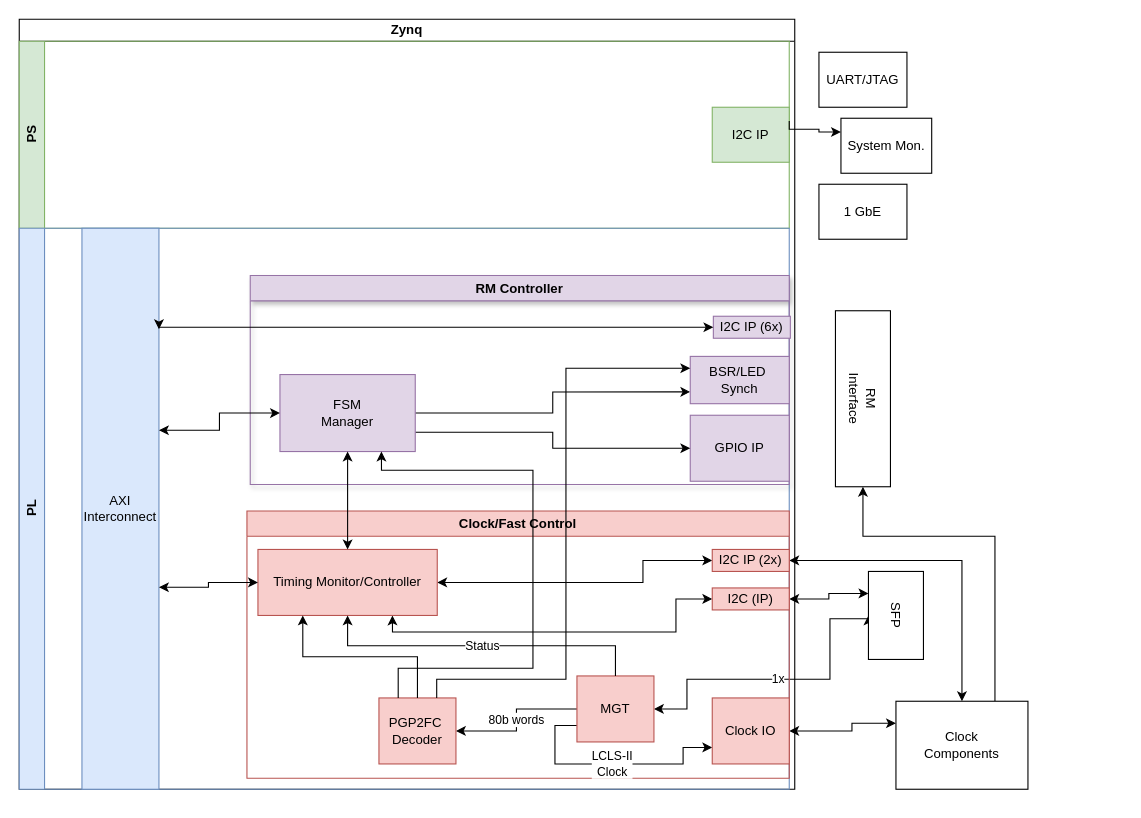
Before: zCCM_firmware.drawio in awhitbeck/drawio, a draw.io diagram. Source tidied: cells renumbered, new cells numbered last; positions are measured from the earlier drawing's top-left corner, leaving out a move shared by most shapes. Both pictures are drawn from the tidied source at 110%, with x=0, y=0 at pixel (19, 19).
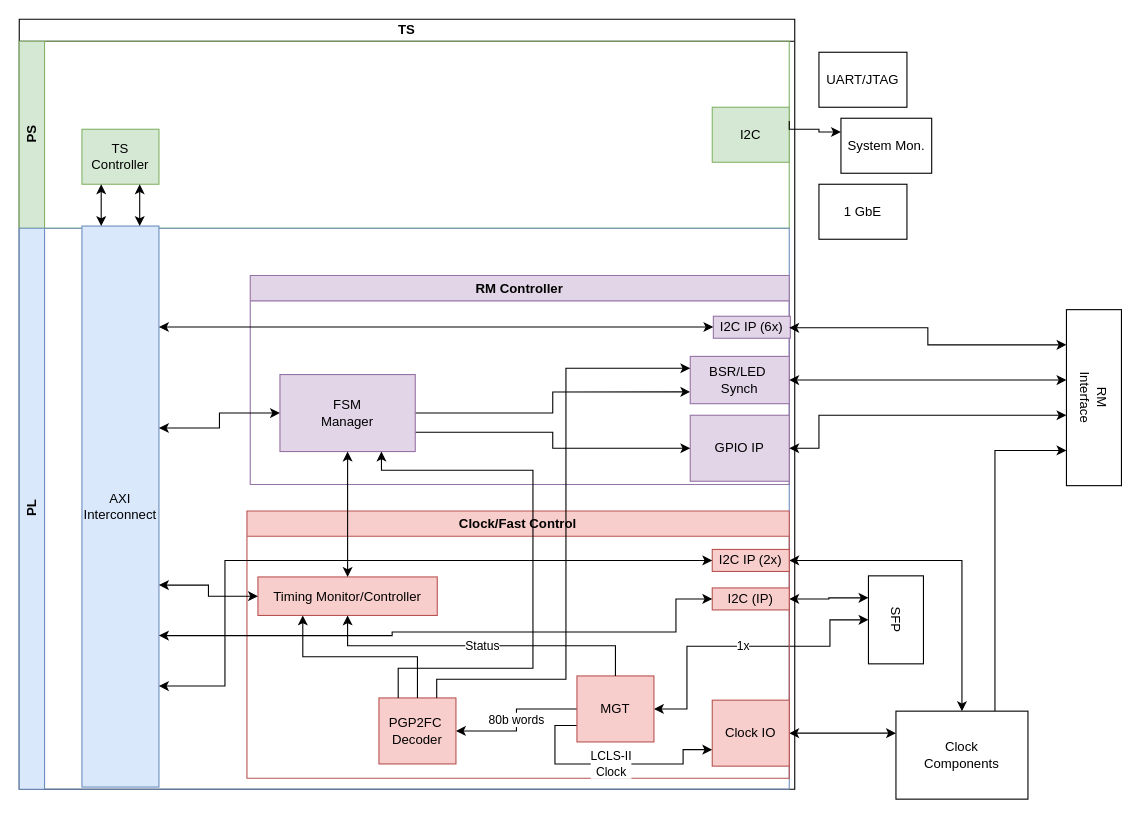
After the change.

Unchanged cells that the change refers to:
```xml
<mxCell id="3" value="PS" style="swimlane;horizontal=0;whiteSpace=wrap;html=1;startSize=23;fillColor=#d5e8d4;strokeColor=#82b366;" parent="2" vertex="1">
  <mxGeometry y="20" width="700" height="170" as="geometry" />
</mxCell>
<mxCell id="5" value="PL" style="swimlane;horizontal=0;whiteSpace=wrap;html=1;startSize=23;fillColor=#dae8fc;strokeColor=#6c8ebf;" parent="2" vertex="1">
  <mxGeometry y="190" width="700" height="510" as="geometry" />
</mxCell>
<mxCell id="8" value="I2C IP (6x)" style="rounded=0;whiteSpace=wrap;html=1;fillColor=#e1d5e7;strokeColor=#9673a6;" parent="7" vertex="1">
  <mxGeometry x="421" y="37" width="70" height="20" as="geometry" />
</mxCell>
<mxCell id="9" value="GPIO IP" style="rounded=0;whiteSpace=wrap;html=1;fillColor=#e1d5e7;strokeColor=#9673a6;" parent="7" vertex="1">
  <mxGeometry x="400" y="127" width="90" height="60" as="geometry" />
</mxCell>
<mxCell id="13" value="BSR/LED&amp;nbsp;&lt;br&gt;Synch" style="rounded=0;whiteSpace=wrap;html=1;fillColor=#e1d5e7;strokeColor=#9673a6;" parent="7" vertex="1">
  <mxGeometry x="400" y="73.5" width="90" height="43" as="geometry" />
</mxCell>
<mxCell id="27" value="Clock/Fast Control" style="swimlane;whiteSpace=wrap;html=1;fillColor=#f8cecc;strokeColor=#b85450;" parent="1" vertex="1">
  <mxGeometry x="207" y="447" width="493" height="243" as="geometry" />
</mxCell>
<mxCell id="33" value="MGT" style="rounded=0;whiteSpace=wrap;html=1;fillColor=#f8cecc;strokeColor=#b85450;" parent="27" vertex="1">
  <mxGeometry x="300" y="150" width="70" height="60" as="geometry" />
</mxCell>
<mxCell id="34" value="I2C (IP)" style="rounded=0;whiteSpace=wrap;html=1;fillColor=#f8cecc;strokeColor=#b85450;" parent="27" vertex="1">
  <mxGeometry x="423" y="70" width="70" height="20" as="geometry" />
</mxCell>
<mxCell id="37" value="I2C IP (2x)" style="rounded=0;whiteSpace=wrap;html=1;fillColor=#f8cecc;strokeColor=#b85450;" parent="27" vertex="1">
  <mxGeometry x="423" y="35" width="70" height="20" as="geometry" />
</mxCell>
```

What changed in the source:
```diff
@@
-    <mxCell id="2" value="Zynq" style="swimlane;whiteSpace=wrap;html=1;startSize=20;" parent="1" vertex="1">
+    <mxCell id="2" value="TS" style="swimlane;whiteSpace=wrap;html=1;startSize=20;" parent="1" vertex="1">
       <mxGeometry width="705" height="700" as="geometry" />
     </mxCell>
@@
-    <mxCell id="4" value="I2C IP" style="rounded=0;whiteSpace=wrap;html=1;fillColor=#d5e8d4;strokeColor=#82b366;" parent="3" vertex="1">
+    <mxCell id="4" value="I2C" style="rounded=0;whiteSpace=wrap;html=1;fillColor=#d5e8d4;strokeColor=#82b366;" parent="3" vertex="1">
       <mxGeometry x="630" y="60" width="70" height="50" as="geometry" />
     </mxCell>
+    <mxCell id="45" value="TS Controller" style="rounded=0;whiteSpace=wrap;html=1;fillColor=#d5e8d4;strokeColor=#82b366;" parent="3" vertex="1">
+      <mxGeometry x="57" y="80" width="70" height="50" as="geometry" />
+    </mxCell>
@@
     <mxCell id="6" value="AXI&lt;br&gt;Interconnect" style="rounded=0;whiteSpace=wrap;html=1;points=[[0,0,0,0,0],[0,0.25,0,0,0],[0,0.5,0,0,0],[0,0.75,0,0,0],[0,1,0,0,0],[0.25,0,0,0,0],[0.25,1,0,0,0],[0.5,0,0,0,0],[0.5,1,0,0,0],[0.75,0,0,0,0],[0.75,1,0,0,0],[1,0,0,0,0],[1,0.09,0,0,0],[1,0.18,0,0,0],[1,0.27,0,0,0],[1,0.36,0,0,0],[1,0.45,0,0,0],[1,0.55,0,0,0],[1,0.64,0,0,0],[1,0.73,0,0,0],[1,0.82,0,0,0],[1,0.91,0,0,0],[1,1,0,0,0]];fillColor=#dae8fc;strokeColor=#6c8ebf;" parent="5" vertex="1">
-      <mxGeometry x="57" width="70" height="510" as="geometry" />
+      <mxGeometry x="57" y="-2" width="70" height="510" as="geometry" />
     </mxCell>
-    <mxCell id="7" value="RM Controller" style="swimlane;whiteSpace=wrap;html=1;shadow=1;fillColor=#e1d5e7;strokeColor=#9673a6;" parent="5" vertex="1">
+    <mxCell id="7" value="RM Controller" style="swimlane;whiteSpace=wrap;html=1;shadow=0;fillColor=#e1d5e7;strokeColor=#9673a6;" parent="5" vertex="1">
       <mxGeometry x="210" y="43" width="490" height="190" as="geometry" />
     </mxCell>
@@
     <mxCell id="14" style="edgeStyle=orthogonalEdgeStyle;rounded=0;jettySize=auto;html=1;exitX=0;exitY=0.5;exitDx=0;exitDy=0;entryX=1;entryY=0.18;entryDx=0;entryDy=0;entryPerimeter=0;startArrow=classic;startFill=1;" parent="5" edge="1" source="8" target="6">
       <mxGeometry relative="1" as="geometry">
         <Array as="points">
-          <mxPoint x="631" y="90" />
           <mxPoint x="127" y="90" />
         </Array>
       </mxGeometry>
     </mxCell>
@@
+    <mxCell id="46" style="edgeStyle=orthogonalEdgeStyle;rounded=0;jettySize=auto;html=1;exitX=0.25;exitY=1;exitDx=0;exitDy=0;entryX=0.25;entryY=0;entryDx=0;entryDy=0;entryPerimeter=0;startArrow=classic;startFill=1;" parent="2" edge="1" source="45" target="6">
+      <mxGeometry relative="1" as="geometry" />
+    </mxCell>
+    <mxCell id="47" style="edgeStyle=orthogonalEdgeStyle;rounded=0;jettySize=auto;html=1;exitX=0.75;exitY=1;exitDx=0;exitDy=0;entryX=0.75;entryY=0;entryDx=0;entryDy=0;entryPerimeter=0;startArrow=classic;startFill=1;" parent="2" edge="1" source="45" target="6">
+      <mxGeometry relative="1" as="geometry" />
+    </mxCell>
+    <mxCell id="48" style="edgeStyle=orthogonalEdgeStyle;rounded=0;jettySize=auto;html=1;exitX=0.2;exitY=1;exitDx=0;exitDy=0;exitPerimeter=0;entryX=1;entryY=0.25;entryDx=0;entryDy=0;startArrow=classic;startFill=1;" parent="1" edge="1" source="16" target="7">
+      <mxGeometry relative="1" as="geometry" />
+    </mxCell>
-    <mxCell id="16" value="RM&lt;br&gt;Interface" style="rounded=0;whiteSpace=wrap;html=1;rotation=90;" parent="1" vertex="1">
-      <mxGeometry x="687" y="320" width="160" height="50" as="geometry" />
+    <mxCell id="16" value="RM&lt;br&gt;Interface" style="rounded=0;whiteSpace=wrap;html=1;rotation=90;points=[[0,0,0,0,0],[0,0.2,0,0,0],[0,0.25,0,0,0],[0,0.4,0,0,0],[0,0.5,0,0,0],[0,0.6,0,0,0],[0,0.75,0,0,0],[0,0.8,0,0,0],[0,1,0,0,0],[0.2,1,0,0,0],[0.25,0,0,0,0],[0.4,1,0,0,0],[0.5,0,0,0,0],[0.6,1,0,0,0],[0.75,0,0,0,0],[0.8,1,0,0,0],[1,0,0,0,0],[1,0.25,0,0,0],[1,0.5,0,0,0],[1,0.75,0,0,0],[1,1,0,0,0]];" parent="1" vertex="1">
+      <mxGeometry x="897" y="319" width="160" height="50" as="geometry" />
     </mxCell>
     <mxCell id="17" value="1x" style="edgeStyle=orthogonalEdgeStyle;rounded=0;jettySize=auto;html=1;exitX=0.5;exitY=1;exitDx=0;exitDy=0;entryX=1;entryY=0.5;entryDx=0;entryDy=0;startArrow=classic;startFill=1;" parent="1" edge="1" source="19" target="33">
       <mxGeometry relative="1" as="geometry">
         <Array as="points">
-          <mxPoint x="772" y="545" />
-          <mxPoint x="737" y="545" />
-          <mxPoint x="737" y="600" />
-          <mxPoint x="607" y="600" />
+          <mxPoint x="737" y="546" />
+          <mxPoint x="737" y="570" />
+          <mxPoint x="607" y="570" />
           <mxPoint x="607" y="627" />
         </Array>
       </mxGeometry>
     </mxCell>
@@
     <mxCell id="19" value="SFP" style="rounded=0;whiteSpace=wrap;html=1;rotation=90;" parent="1" vertex="1">
-      <mxGeometry x="757" y="517" width="80" height="50" as="geometry" />
+      <mxGeometry x="757" y="521" width="80" height="50" as="geometry" />
     </mxCell>
@@
     <mxCell id="22" style="edgeStyle=orthogonalEdgeStyle;rounded=0;jettySize=auto;html=1;exitX=0;exitY=0.25;exitDx=0;exitDy=0;entryX=1;entryY=0.5;entryDx=0;entryDy=0;startArrow=classic;startFill=1;" parent="1" edge="1" source="24" target="36">
       <mxGeometry relative="1" as="geometry">
         <Array as="points">
-          <mxPoint x="757" y="640" />
-          <mxPoint x="757" y="647" />
+          <mxPoint x="797" y="649" />
         </Array>
       </mxGeometry>
     </mxCell>
-    <mxCell id="23" style="edgeStyle=orthogonalEdgeStyle;rounded=0;jettySize=auto;html=1;exitX=0.75;exitY=0;exitDx=0;exitDy=0;entryX=1;entryY=0.5;entryDx=0;entryDy=0;" parent="1" edge="1" source="24" target="16">
+    <mxCell id="23" style="edgeStyle=orthogonalEdgeStyle;rounded=0;jettySize=auto;html=1;exitX=0.75;exitY=0;exitDx=0;exitDy=0;entryX=0.8;entryY=1;entryDx=0;entryDy=0;entryPerimeter=0;" parent="1" edge="1" source="24" target="16">
       <mxGeometry relative="1" as="geometry">
         <Array as="points">
-          <mxPoint x="887" y="470" />
-          <mxPoint x="767" y="470" />
+          <mxPoint x="887" y="392" />
         </Array>
       </mxGeometry>
     </mxCell>
     <mxCell id="24" value="Clock&lt;br&gt;Components" style="rounded=0;whiteSpace=wrap;html=1;rotation=0;" parent="1" vertex="1">
-      <mxGeometry x="797" y="620" width="120" height="80" as="geometry" />
+      <mxGeometry x="797" y="629" width="120" height="80" as="geometry" />
     </mxCell>
@@
-    <mxCell id="28" style="edgeStyle=orthogonalEdgeStyle;rounded=0;jettySize=auto;html=1;exitX=0.75;exitY=1;exitDx=0;exitDy=0;entryX=0;entryY=0.5;entryDx=0;entryDy=0;startArrow=classic;startFill=1;" parent="27" edge="1" source="30" target="34">
-      <mxGeometry relative="1" as="geometry">
-        <Array as="points">
-          <mxPoint x="132" y="110" />
-          <mxPoint x="390" y="110" />
-          <mxPoint x="390" y="80" />
-        </Array>
-      </mxGeometry>
-    </mxCell>
-    <mxCell id="29" style="edgeStyle=orthogonalEdgeStyle;rounded=0;jettySize=auto;html=1;exitX=1;exitY=0.5;exitDx=0;exitDy=0;entryX=0;entryY=0.5;entryDx=0;entryDy=0;startArrow=classic;startFill=1;" parent="27" edge="1" source="30" target="37">
-      <mxGeometry relative="1" as="geometry">
-        <Array as="points">
-          <mxPoint x="360" y="65" />
-          <mxPoint x="360" y="45" />
-        </Array>
-      </mxGeometry>
-    </mxCell>
     <mxCell id="30" value="Timing Monitor/Controller" style="rounded=0;whiteSpace=wrap;html=1;fillColor=#f8cecc;strokeColor=#b85450;" parent="27" vertex="1">
-      <mxGeometry x="10" y="35" width="163" height="60" as="geometry" />
+      <mxGeometry x="10" y="60" width="163" height="35" as="geometry" />
     </mxCell>
@@
     <mxCell id="36" value="Clock IO" style="rounded=0;whiteSpace=wrap;html=1;fillColor=#f8cecc;strokeColor=#b85450;" parent="27" vertex="1">
-      <mxGeometry x="423" y="170" width="70" height="60" as="geometry" />
+      <mxGeometry x="423" y="172" width="70" height="60" as="geometry" />
     </mxCell>
@@
+    <mxCell id="49" style="edgeStyle=orthogonalEdgeStyle;rounded=0;jettySize=auto;html=1;exitX=1;exitY=0.5;exitDx=0;exitDy=0;entryX=0.6;entryY=1;entryDx=0;entryDy=0;startArrow=classic;startFill=1;entryPerimeter=0;" parent="1" edge="1" source="9" target="16">
+      <mxGeometry relative="1" as="geometry">
+        <Array as="points">
+          <mxPoint x="727" y="390" />
+          <mxPoint x="727" y="360" />
+        </Array>
+      </mxGeometry>
+    </mxCell>
+    <mxCell id="50" style="edgeStyle=orthogonalEdgeStyle;rounded=0;jettySize=auto;html=1;exitX=1;exitY=0.5;exitDx=0;exitDy=0;entryX=0.4;entryY=1;entryDx=0;entryDy=0;startArrow=classic;startFill=1;entryPerimeter=0;" parent="1" edge="1" source="13" target="16">
+      <mxGeometry relative="1" as="geometry" />
+    </mxCell>
+    <mxCell id="28" style="edgeStyle=orthogonalEdgeStyle;rounded=0;jettySize=auto;html=1;exitX=1;exitY=0.73;exitDx=0;exitDy=0;entryX=0;entryY=0.5;entryDx=0;entryDy=0;startArrow=classic;startFill=1;exitPerimeter=0;" parent="1" edge="1" source="6" target="34">
+      <mxGeometry relative="1" as="geometry">
+        <Array as="points">
+          <mxPoint x="339" y="560" />
+          <mxPoint x="339" y="557" />
+          <mxPoint x="597" y="557" />
+          <mxPoint x="597" y="527" />
+        </Array>
+      </mxGeometry>
+    </mxCell>
+    <mxCell id="29" style="edgeStyle=orthogonalEdgeStyle;rounded=0;jettySize=auto;html=1;exitX=1;exitY=0.82;exitDx=0;exitDy=0;entryX=0;entryY=0.5;entryDx=0;entryDy=0;startArrow=classic;startFill=1;exitPerimeter=0;" parent="1" edge="1" source="6" target="37">
+      <mxGeometry relative="1" as="geometry">
+        <Array as="points">
+          <mxPoint x="187" y="606" />
+          <mxPoint x="187" y="492" />
+        </Array>
+      </mxGeometry>
+    </mxCell>
```
